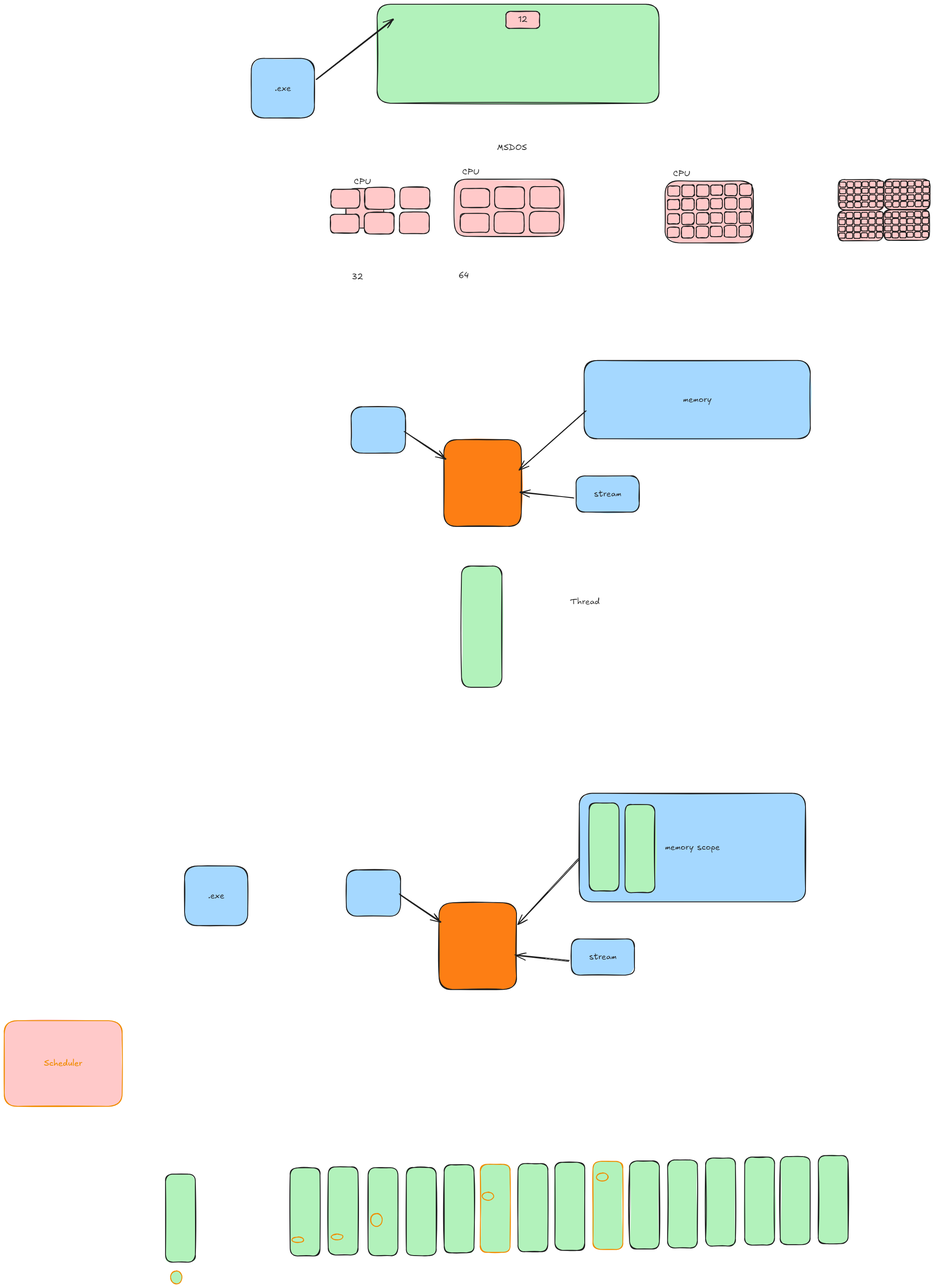
silvercodes/p32_p34_sp keeps this Excalidraw diagram as img/intro.excalidraw.png. Above is the earlier version. Source tidied: one line per element, renumbered; positions are measured from the earlier drawing's top-left corner, leaving out a move shared by most shapes.
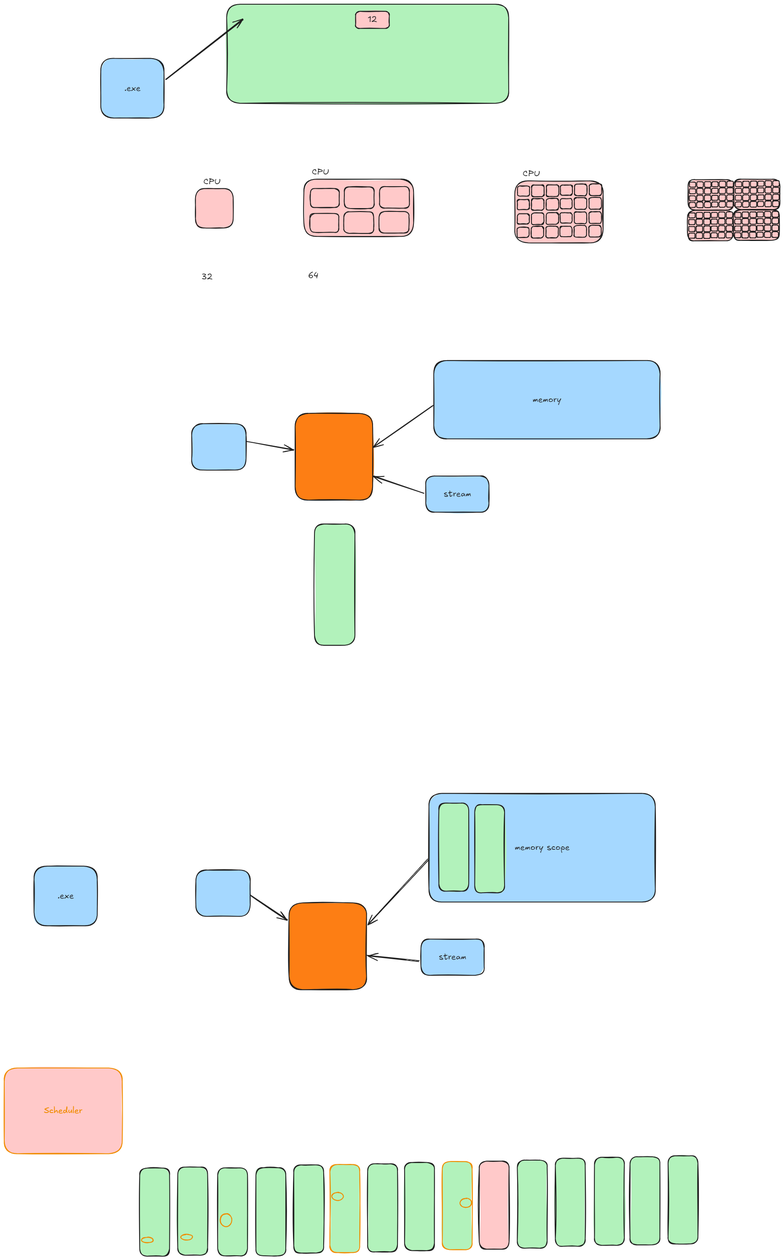
Later version of the same file.

The edit, as a diff of the source:
```diff
@@ -142,31 +142,31 @@
 {"id": 141, "type": "rectangle", "strokeColor": "#1e1e1e", "backgroundColor": "#ffc9c9", "fillStyle": "solid", "strokeWidth": 2, "roughness": 1, "round": true, "x": 2143, "y": 541, "width": 15, "height": 12}
 {"id": 142, "type": "rectangle", "strokeColor": "#1e1e1e", "backgroundColor": "#ffc9c9", "fillStyle": "solid", "strokeWidth": 2, "roughness": 1, "round": true, "x": 2161, "y": 540, "width": 15, "height": 14}
 {"id": 143, "type": "rectangle", "strokeColor": "#1e1e1e", "backgroundColor": "#ffc9c9", "fillStyle": "solid", "strokeWidth": 2, "roughness": 1, "round": true, "x": 2179, "y": 540, "width": 15, "height": 14}
-{"id": 144, "type": "rectangle", "strokeColor": "#1e1e1e", "backgroundColor": "#fd7e14", "fillStyle": "solid", "strokeWidth": 2, "roughness": 1, "round": true, "x": 1043, "y": 1034, "width": 184, "height": 206}
+{"id": 144, "type": "rectangle", "strokeColor": "#1e1e1e", "backgroundColor": "#fd7e14", "fillStyle": "solid", "strokeWidth": 2, "roughness": 1, "round": true, "x": 1047, "y": 971, "width": 184, "height": 206}
 {"id": 145, "type": "rectangle", "strokeColor": "#1e1e1e", "backgroundColor": "#a5d8ff", "fillStyle": "solid", "strokeWidth": 2, "roughness": 1, "round": true, "x": 1376, "y": 846, "width": 537, "height": 186}
 {"id": 146, "type": "text", "text": "memory", "strokeColor": "#1e1e1e", "backgroundColor": "#a5d8ff", "fillStyle": "solid", "strokeWidth": 2, "roughness": 1, "fontSize": 20, "fontFamily": 5, "textAlign": "center", "verticalAlign": "middle", "inside": 145, "x": 1611, "y": 926, "width": 68, "height": 25}
-{"id": 147, "type": "arrow", "strokeColor": "#1e1e1e", "backgroundColor": "#a5d8ff", "fillStyle": "solid", "strokeWidth": 2, "roughness": 1, "endArrowhead": "arrow", "round": true, "from": 145, "to": 144, "x": 1379, "y": 966, "width": 156, "height": 139, "points": [[0, 0], [-156, 139]]}
+{"id": 147, "type": "arrow", "strokeColor": "#1e1e1e", "backgroundColor": "#a5d8ff", "fillStyle": "solid", "strokeWidth": 2, "roughness": 1, "endArrowhead": "arrow", "round": true, "from": 145, "to": 144, "x": 1374, "y": 953, "width": 140, "height": 98, "points": [[0, 0], [-140, 98]]}
 {"id": 148, "type": "rectangle", "strokeColor": "#1e1e1e", "backgroundColor": "#a5d8ff", "fillStyle": "solid", "strokeWidth": 2, "roughness": 1, "round": true, "x": 1357, "y": 1120, "width": 150, "height": 86}
 {"id": 149, "type": "text", "text": "stream", "strokeColor": "#1e1e1e", "backgroundColor": "#a5d8ff", "fillStyle": "solid", "strokeWidth": 2, "roughness": 1, "fontSize": 20, "fontFamily": 5, "textAlign": "center", "verticalAlign": "middle", "inside": 148, "x": 1400, "y": 1150, "width": 65, "height": 25}
-{"id": 150, "type": "arrow", "strokeColor": "#1e1e1e", "backgroundColor": "#a5d8ff", "fillStyle": "solid", "strokeWidth": 2, "roughness": 1, "endArrowhead": "arrow", "round": true, "from": 148, "to": 144, "x": 1352, "y": 1172, "width": 128, "height": 14, "points": [[0, 0], [-128, -14]]}
+{"id": 150, "type": "arrow", "strokeColor": "#1e1e1e", "backgroundColor": "#a5d8ff", "fillStyle": "solid", "strokeWidth": 2, "roughness": 1, "endArrowhead": "arrow", "round": true, "from": 148, "to": 144, "x": 1353, "y": 1160, "width": 120, "height": 40, "points": [[0, 0], [-120, -40]]}
-{"id": 151, "type": "rectangle", "strokeColor": "#1e1e1e", "backgroundColor": "#a5d8ff", "fillStyle": "solid", "strokeWidth": 2, "roughness": 1, "round": true, "x": 823, "y": 956, "width": 129, "height": 110}
+{"id": 151, "type": "rectangle", "strokeColor": "#1e1e1e", "backgroundColor": "#a5d8ff", "fillStyle": "solid", "strokeWidth": 2, "roughness": 1, "round": true, "x": 802, "y": 996, "width": 129, "height": 110}
-{"id": 152, "type": "arrow", "strokeColor": "#1e1e1e", "backgroundColor": "#a5d8ff", "fillStyle": "solid", "strokeWidth": 2, "roughness": 1, "endArrowhead": "arrow", "round": true, "from": 151, "to": 144, "x": 950, "y": 1014, "width": 98, "height": 66, "points": [[0, 0], [98, 66]]}
+{"id": 152, "type": "arrow", "strokeColor": "#1e1e1e", "backgroundColor": "#a5d8ff", "fillStyle": "solid", "strokeWidth": 2, "roughness": 1, "endArrowhead": "arrow", "round": true, "from": 151, "to": 144, "x": 933, "y": 1037, "width": 111, "height": 21, "points": [[0, 0], [111, 21]]}
-{"id": 153, "type": "rectangle", "strokeColor": "#1e1e1e", "backgroundColor": "#b2f2bb", "fillStyle": "solid", "strokeWidth": 2, "roughness": 1, "round": true, "x": 1085, "y": 1334, "width": 96, "height": 288}
+{"id": 153, "type": "rectangle", "strokeColor": "#1e1e1e", "backgroundColor": "#b2f2bb", "fillStyle": "solid", "strokeWidth": 2, "roughness": 1, "round": true, "x": 1093, "y": 1234, "width": 96, "height": 288}
 {"id": 154, "type": "rectangle", "strokeColor": "#1e1e1e", "backgroundColor": "#a5d8ff", "fillStyle": "solid", "strokeWidth": 2, "roughness": 1, "round": true, "x": 428, "y": 2046, "width": 150, "height": 142}
 {"id": 155, "type": "text", "text": ".exe", "strokeColor": "#1e1e1e", "backgroundColor": "#a5d8ff", "fillStyle": "solid", "strokeWidth": 2, "roughness": 1, "fontSize": 20, "fontFamily": 5, "textAlign": "center", "verticalAlign": "middle", "inside": 154, "x": 484, "y": 2104, "width": 39, "height": 25}
-{"id": 156, "type": "rectangle", "strokeColor": "#1e1e1e", "backgroundColor": "#fd7e14", "fillStyle": "solid", "strokeWidth": 2, "roughness": 1, "round": true, "x": 1032, "y": 2133, "width": 184, "height": 206}
+{"id": 156, "type": "rectangle", "strokeColor": "#1e1e1e", "backgroundColor": "#fd7e14", "fillStyle": "solid", "strokeWidth": 2, "roughness": 1, "round": true, "x": 1033, "y": 2133, "width": 184, "height": 206}
 {"id": 157, "type": "rectangle", "strokeColor": "#1e1e1e", "backgroundColor": "#a5d8ff", "fillStyle": "solid", "strokeWidth": 2, "roughness": 1, "round": true, "x": 1365, "y": 1873, "width": 537, "height": 258}
 {"id": 158, "type": "text", "text": "memory scope", "strokeColor": "#1e1e1e", "backgroundColor": "#a5d8ff", "fillStyle": "solid", "strokeWidth": 2, "roughness": 1, "fontSize": 20, "fontFamily": 5, "textAlign": "center", "verticalAlign": "middle", "inside": 157, "x": 1568, "y": 1990, "width": 131, "height": 25}
-{"id": 159, "type": "arrow", "strokeColor": "#1e1e1e", "backgroundColor": "#a5d8ff", "fillStyle": "solid", "strokeWidth": 2, "roughness": 1, "endArrowhead": "arrow", "round": true, "from": 157, "to": 156, "x": 1362, "y": 2030, "width": 144, "height": 154, "points": [[0, 0], [-144, 154]]}
+{"id": 159, "type": "arrow", "strokeColor": "#1e1e1e", "backgroundColor": "#a5d8ff", "fillStyle": "solid", "strokeWidth": 2, "roughness": 1, "endArrowhead": "arrow", "round": true, "from": 157, "to": 156, "x": 1362, "y": 2030, "width": 143, "height": 154, "points": [[0, 0], [-143, 154]]}
 {"id": 160, "type": "rectangle", "strokeColor": "#1e1e1e", "backgroundColor": "#a5d8ff", "fillStyle": "solid", "strokeWidth": 2, "roughness": 1, "round": true, "x": 1346, "y": 2219, "width": 150, "height": 86}
 {"id": 161, "type": "text", "text": "stream", "strokeColor": "#1e1e1e", "backgroundColor": "#a5d8ff", "fillStyle": "solid", "strokeWidth": 2, "roughness": 1, "fontSize": 20, "fontFamily": 5, "textAlign": "center", "verticalAlign": "middle", "inside": 160, "x": 1388, "y": 2250, "width": 65, "height": 25}
-{"id": 162, "type": "arrow", "strokeColor": "#1e1e1e", "backgroundColor": "#a5d8ff", "fillStyle": "solid", "strokeWidth": 2, "roughness": 1, "endArrowhead": "arrow", "round": true, "from": 160, "to": 156, "x": 1341, "y": 2271, "width": 128, "height": 14, "points": [[0, 0], [-128, -14]]}
+{"id": 162, "type": "arrow", "strokeColor": "#1e1e1e", "backgroundColor": "#a5d8ff", "fillStyle": "solid", "strokeWidth": 2, "roughness": 1, "endArrowhead": "arrow", "round": true, "from": 160, "to": 156, "x": 1342, "y": 2271, "width": 123, "height": 13, "points": [[0, 0], [-123, -13]]}
 {"id": 163, "type": "rectangle", "strokeColor": "#1e1e1e", "backgroundColor": "#a5d8ff", "fillStyle": "solid", "strokeWidth": 2, "roughness": 1, "round": true, "x": 812, "y": 2055, "width": 129, "height": 110}
-{"id": 164, "type": "arrow", "strokeColor": "#1e1e1e", "backgroundColor": "#a5d8ff", "fillStyle": "solid", "strokeWidth": 2, "roughness": 1, "endArrowhead": "arrow", "round": true, "from": 163, "to": 156, "x": 939, "y": 2113, "width": 98, "height": 66, "points": [[0, 0], [98, 66]]}
+{"id": 164, "type": "arrow", "strokeColor": "#1e1e1e", "backgroundColor": "#a5d8ff", "fillStyle": "solid", "strokeWidth": 2, "roughness": 1, "endArrowhead": "arrow", "round": true, "from": 163, "to": 156, "x": 943, "y": 2116, "width": 87, "height": 58, "points": [[0, 0], [87, 58]]}
 {"id": 165, "type": "rectangle", "strokeColor": "#1e1e1e", "backgroundColor": "#b2f2bb", "fillStyle": "solid", "strokeWidth": 2, "roughness": 1, "round": true, "x": 1389, "y": 1896, "width": 71, "height": 209}
 {"id": 166, "type": "rectangle", "strokeColor": "#1e1e1e", "backgroundColor": "#b2f2bb", "fillStyle": "solid", "strokeWidth": 2, "roughness": 1, "round": true, "x": 1307, "y": 2750, "width": 71, "height": 209}
 {"id": 167, "type": "rectangle", "strokeColor": "#f08c00", "backgroundColor": "#b2f2bb", "fillStyle": "solid", "strokeWidth": 2, "roughness": 1, "round": true, "x": 1397, "y": 2747, "width": 71, "height": 209}
-{"id": 168, "type": "rectangle", "strokeColor": "#1e1e1e", "backgroundColor": "#b2f2bb", "fillStyle": "solid", "strokeWidth": 2, "roughness": 1, "round": true, "x": 1484, "y": 2746, "width": 71, "height": 209}
+{"id": 168, "type": "rectangle", "strokeColor": "#1e1e1e", "backgroundColor": "#ffc9c9", "fillStyle": "solid", "strokeWidth": 2, "roughness": 1, "round": true, "x": 1484, "y": 2746, "width": 71, "height": 209}
 {"id": 169, "type": "rectangle", "strokeColor": "#1e1e1e", "backgroundColor": "#b2f2bb", "fillStyle": "solid", "strokeWidth": 2, "roughness": 1, "round": true, "x": 1575, "y": 2744, "width": 71, "height": 209}
 {"id": 170, "type": "rectangle", "strokeColor": "#1e1e1e", "backgroundColor": "#b2f2bb", "fillStyle": "solid", "strokeWidth": 2, "roughness": 1, "round": true, "x": 1665, "y": 2739, "width": 71, "height": 209}
 {"id": 171, "type": "rectangle", "strokeColor": "#1e1e1e", "backgroundColor": "#b2f2bb", "fillStyle": "solid", "strokeWidth": 2, "roughness": 1, "round": true, "x": 1758, "y": 2737, "width": 71, "height": 209}
@@ -182,8 +182,8 @@
 {"id": 181, "type": "ellipse", "strokeColor": "#f08c00", "backgroundColor": "#b2f2bb", "fillStyle": "solid", "strokeWidth": 2, "roughness": 1, "round": true, "x": 683, "y": 2927, "width": 27, "height": 13}
 {"id": 182, "type": "ellipse", "strokeColor": "#f08c00", "backgroundColor": "#b2f2bb", "fillStyle": "solid", "strokeWidth": 2, "roughness": 1, "round": true, "x": 776, "y": 2920, "width": 27, "height": 13}
 {"id": 183, "type": "ellipse", "strokeColor": "#f08c00", "backgroundColor": "#b2f2bb", "fillStyle": "solid", "strokeWidth": 2, "roughness": 1, "round": true, "x": 870, "y": 2871, "width": 27, "height": 31}
-{"id": 184, "type": "rectangle", "strokeColor": "#f08c00", "backgroundColor": "#ffc9c9", "fillStyle": "solid", "strokeWidth": 2, "roughness": 1, "round": true, "x": 0, "y": 2413, "width": 280, "height": 203}
+{"id": 184, "type": "rectangle", "strokeColor": "#f08c00", "backgroundColor": "#ffc9c9", "fillStyle": "solid", "strokeWidth": 2, "roughness": 1, "round": true, "x": 357, "y": 2525, "width": 280, "height": 203}
-{"id": 185, "type": "text", "text": "Scheduler", "strokeColor": "#f08c00", "backgroundColor": "#ffc9c9", "fillStyle": "solid", "strokeWidth": 2, "roughness": 1, "fontSize": 20, "fontFamily": 5, "textAlign": "center", "verticalAlign": "middle", "inside": 184, "x": 94, "y": 2502, "width": 91, "height": 25}
+{"id": 185, "type": "text", "text": "Scheduler", "strokeColor": "#f08c00", "backgroundColor": "#ffc9c9", "fillStyle": "solid", "strokeWidth": 2, "roughness": 1, "fontSize": 20, "fontFamily": 5, "textAlign": "center", "verticalAlign": "middle", "inside": 184, "x": 452, "y": 2614, "width": 91, "height": 25}
 {"id": 186, "type": "ellipse", "strokeColor": "#f08c00", "backgroundColor": "#b2f2bb", "fillStyle": "solid", "strokeWidth": 2, "roughness": 1, "round": true, "x": 1134, "y": 2821, "width": 27, "height": 19}
 {"id": 187, "type": "rectangle", "strokeColor": "#1e1e1e", "backgroundColor": "#b2f2bb", "fillStyle": "solid", "strokeWidth": 2, "roughness": 1, "round": true, "x": 1474, "y": 1900, "width": 71, "height": 209}
-{"id": 188, "type": "ellipse", "strokeColor": "#f08c00", "backgroundColor": "#b2f2bb", "fillStyle": "solid", "strokeWidth": 2, "roughness": 1, "round": true, "x": 1406, "y": 2775, "width": 27, "height": 19}
+{"id": 188, "type": "ellipse", "strokeColor": "#f08c00", "backgroundColor": "#b2f2bb", "fillStyle": "solid", "strokeWidth": 2, "roughness": 1, "round": true, "x": 1439, "y": 2835, "width": 27, "height": 22}
```
